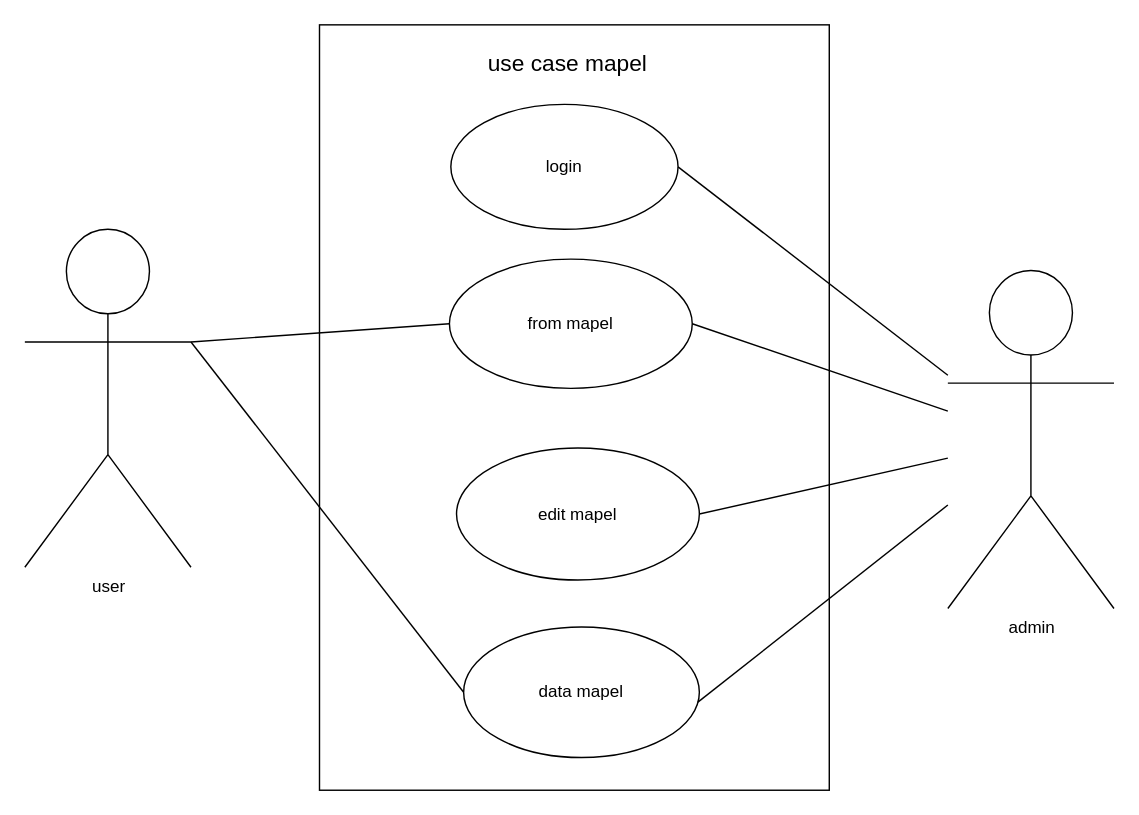
Above: Untitled Diagram.drawio in Yogisaerulrizki2006/Mapel-digital (draw.io), before the change. Source tidied: cells renumbered, new cells numbered last; positions are measured from the earlier drawing's top-left corner, leaving out a move shared by most shapes. Both pictures are drawn from the tidied source at 142%, with x=0, y=0 at pixel (24, 24).
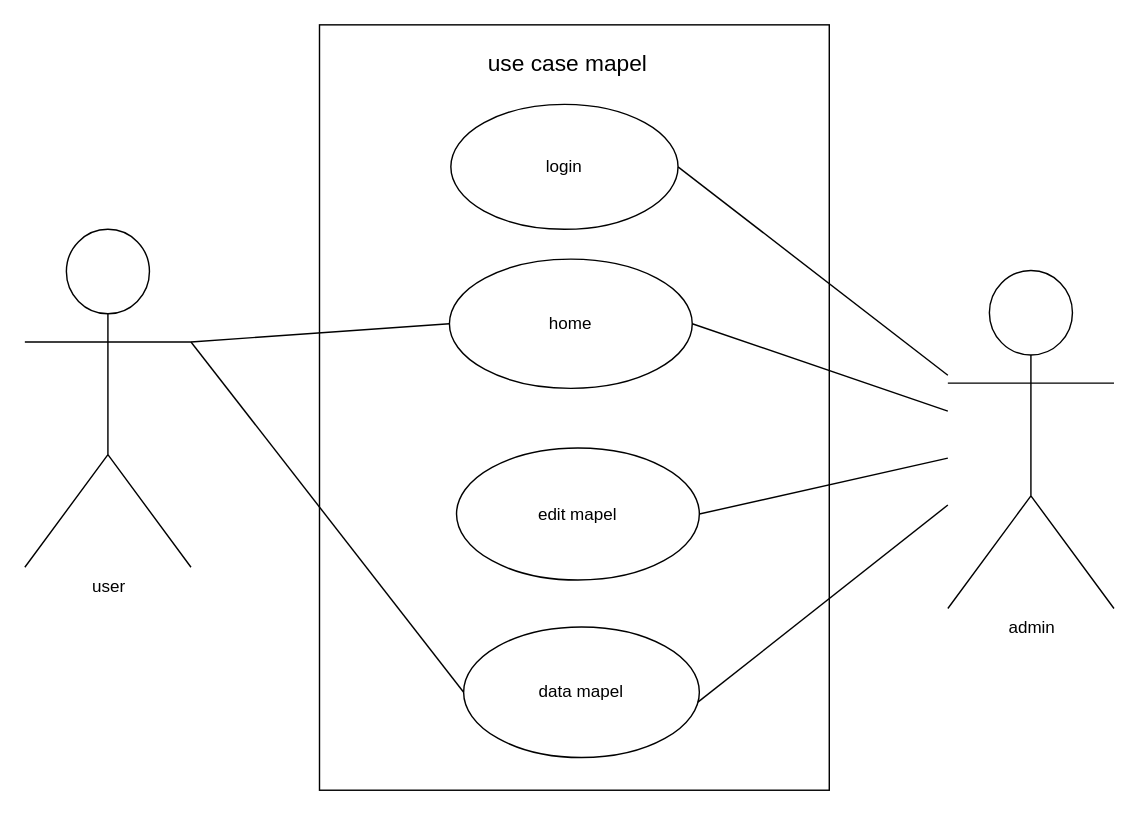
The same page after the edit.

Diff of the diagram source:
```diff
@@
 <mxGraphModel>
   <root>
     <mxCell id="0" />
     <mxCell id="1" parent="0" />
     <mxCell id="2" style="rounded=0;whiteSpace=wrap;html=1;" parent="1" vertex="1">
       <mxGeometry x="207.5" width="359" height="539" as="geometry" />
     </mxCell>
     <mxCell id="3" value="user" style="shape=umlActor;verticalLabelPosition=bottom;verticalAlign=top;html=1;outlineConnect=0;" parent="1" vertex="1">
       <mxGeometry y="144" width="117" height="238" as="geometry" />
     </mxCell>
     <mxCell id="4" value="login" style="ellipse;whiteSpace=wrap;html=1;" parent="1" vertex="1">
       <mxGeometry x="300" y="56" width="160" height="88" as="geometry" />
     </mxCell>
     <mxCell id="5" value="data mapel" style="ellipse;whiteSpace=wrap;html=1;" parent="1" vertex="1">
       <mxGeometry x="309" y="424" width="166" height="92" as="geometry" />
     </mxCell>
-    <mxCell id="6" value="from mapel" style="ellipse;whiteSpace=wrap;html=1;" parent="1" vertex="1">
+    <mxCell id="6" value="home" style="ellipse;whiteSpace=wrap;html=1;" parent="1" vertex="1">
       <mxGeometry x="299" y="165" width="171" height="91" as="geometry" />
     </mxCell>
     <mxCell id="7" value="edit mapel" style="ellipse;whiteSpace=wrap;html=1;" parent="1" vertex="1">
       <mxGeometry x="304" y="298" width="171" height="93" as="geometry" />
     </mxCell>
     <mxCell id="8" value="admin" style="shape=umlActor;verticalLabelPosition=bottom;verticalAlign=top;html=1;outlineConnect=0;" parent="1" vertex="1">
       <mxGeometry x="650" y="173" width="117" height="238" as="geometry" />
     </mxCell>
     <mxCell id="9" value="use case mapel" style="text;html=1;align=center;verticalAlign=middle;strokeColor=none;fillColor=none;fontSize=16;" parent="1" vertex="1">
       <mxGeometry x="317" y="11" width="130" height="31" as="geometry" />
     </mxCell>
     <mxCell id="10" style="endArrow=none;html=1;rounded=0;fontSize=12;startSize=8;endSize=8;curved=1;exitX=1;exitY=0.3333333333333333;exitDx=0;exitDy=0;exitPerimeter=0;entryX=0;entryY=0.5;entryDx=0;entryDy=0;" parent="1" edge="1" source="3" target="6">
       <mxGeometry relative="1" as="geometry" />
     </mxCell>
     <mxCell id="11" style="endArrow=none;html=1;rounded=0;fontSize=12;startSize=8;endSize=8;curved=1;exitX=1;exitY=0.3333333333333333;exitDx=0;exitDy=0;exitPerimeter=0;entryX=0;entryY=0.5;entryDx=0;entryDy=0;" parent="1" edge="1" source="3" target="5">
       <mxGeometry relative="1" as="geometry" />
     </mxCell>
     <mxCell id="12" style="edgeStyle=none;curved=1;rounded=0;orthogonalLoop=1;jettySize=auto;html=1;exitX=1;exitY=0.3333333333333333;exitDx=0;exitDy=0;exitPerimeter=0;fontSize=12;startSize=8;endSize=8;" parent="1" edge="1" source="3" target="3">
       <mxGeometry relative="1" as="geometry" />
     </mxCell>
     <mxCell id="13" style="endArrow=none;html=1;rounded=0;fontSize=12;startSize=8;endSize=8;curved=1;exitX=1;exitY=0.5;exitDx=0;exitDy=0;" parent="1" edge="1" source="4" target="8">
       <mxGeometry relative="1" as="geometry" />
     </mxCell>
     <mxCell id="14" style="endArrow=none;html=1;rounded=0;fontSize=12;startSize=8;endSize=8;curved=1;exitX=1;exitY=0.5;exitDx=0;exitDy=0;" parent="1" edge="1" source="6" target="8">
       <mxGeometry relative="1" as="geometry" />
     </mxCell>
     <mxCell id="15" style="endArrow=none;html=1;rounded=0;fontSize=12;startSize=8;endSize=8;curved=1;exitX=1;exitY=0.5;exitDx=0;exitDy=0;" parent="1" edge="1" source="7" target="8">
       <mxGeometry relative="1" as="geometry" />
     </mxCell>
     <mxCell id="16" style="endArrow=none;html=1;rounded=0;fontSize=12;startSize=8;endSize=8;curved=1;exitX=0.994;exitY=0.576;exitDx=0;exitDy=0;exitPerimeter=0;" parent="1" edge="1" source="5" target="8">
       <mxGeometry relative="1" as="geometry" />
     </mxCell>
   </root>
 </mxGraphModel>
```
